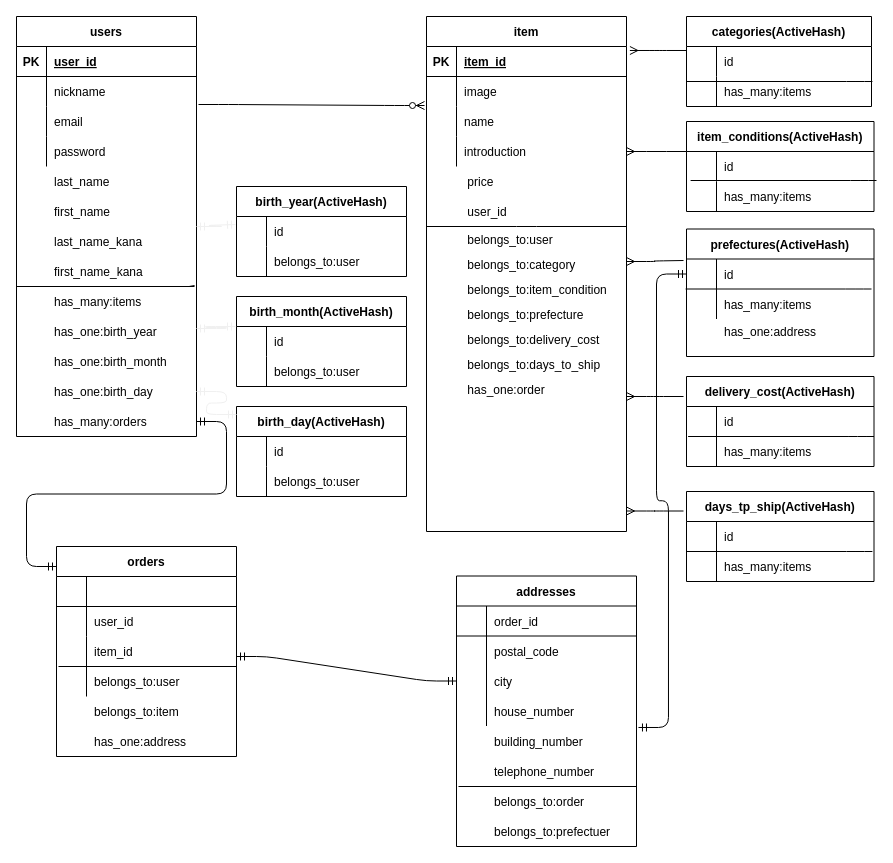
nekosyougun/furima-35786 keeps this draw.io diagram as ER.dio. Above is the earlier version. Source tidied: cells renumbered, new cells numbered last; positions are measured from the earlier drawing's top-left corner, leaving out a move shared by most shapes. Both pictures are drawn from the tidied source at 100%, with x=0, y=0 at pixel (16, 16).
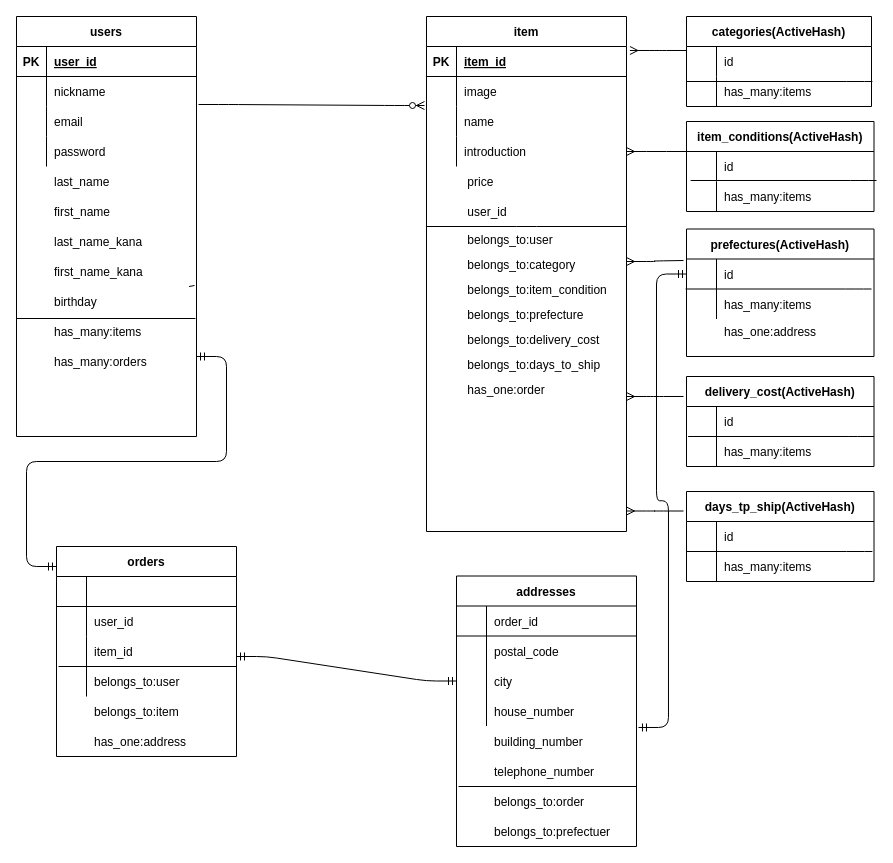
After the change.

Commit message (it also covers changes not shown here):
ER図・README訂正

Unchanged cells that the change refers to:
```xml
<mxCell id="79" style="shape=partialRectangle;fillColor=none;top=0;left=0;bottom=0;right=0;points=[[0,0.5],[1,0.5]];portConstraint=eastwest;" parent="1" vertex="1">
  <mxGeometry y="270" width="180" height="30" as="geometry" />
</mxCell>
```

Change to the diagram source:
```diff
@@
-    <mxCell id="57" value="birth_year(ActiveHash)" style="shape=table;startSize=30;childLayout=tableLayout;rowLines=0;fontStyle=1;align=center;" parent="1" vertex="1">
-      <mxGeometry x="220" y="170" width="170" height="90" as="geometry" />
-    </mxCell>
-    <mxCell id="58" style="shape=partialRectangle;fillColor=none;top=0;left=0;bottom=0;right=0;points=[[0,0.5],[1,0.5]];portConstraint=eastwest;" parent="57" vertex="1">
-      <mxGeometry y="30" width="170" height="30" as="geometry" />
-    </mxCell>
-    <mxCell id="59" style="shape=partialRectangle;fillColor=none;top=0;left=0;bottom=0;right=0;overflow=hidden;" parent="58" vertex="1">
-      <mxGeometry width="30" height="30" as="geometry" />
-    </mxCell>
-    <mxCell id="60" value="id" style="shape=partialRectangle;fillColor=none;top=0;left=0;bottom=0;right=0;align=left;spacingLeft=6;overflow=hidden;" parent="58" vertex="1">
-      <mxGeometry x="30" width="140" height="30" as="geometry" />
-    </mxCell>
-    <mxCell id="61" style="shape=partialRectangle;fillColor=none;top=0;left=0;bottom=0;right=0;" parent="57" vertex="1">
-      <mxGeometry y="60" width="170" height="30" as="geometry" />
-    </mxCell>
-    <mxCell id="62" style="shape=partialRectangle;fillColor=none;top=0;left=0;bottom=0;right=0;overflow=hidden;" parent="61" vertex="1">
-      <mxGeometry width="30" height="30" as="geometry" />
-    </mxCell>
-    <mxCell id="63" value="belongs_to:user" style="shape=partialRectangle;fillColor=none;top=0;left=0;bottom=0;right=0;align=left;spacingLeft=6;overflow=hidden;" parent="61" vertex="1">
-      <mxGeometry x="30" width="140" height="30" as="geometry" />
-    </mxCell>
-    <mxCell id="64" value="birth_month(ActiveHash)" style="shape=table;startSize=30;childLayout=tableLayout;rowLines=0;fontStyle=1;align=center;" parent="1" vertex="1">
-      <mxGeometry x="220" y="280" width="170" height="90" as="geometry" />
-    </mxCell>
-    <mxCell id="65" style="shape=partialRectangle;fillColor=none;top=0;left=0;bottom=0;right=0;" parent="64" vertex="1">
-      <mxGeometry y="30" width="170" height="30" as="geometry" />
-    </mxCell>
-    <mxCell id="66" style="shape=partialRectangle;fillColor=none;top=0;left=0;bottom=0;right=0;overflow=hidden;" parent="65" vertex="1">
-      <mxGeometry width="30" height="30" as="geometry" />
-    </mxCell>
-    <mxCell id="67" value="id" style="shape=partialRectangle;fillColor=none;top=0;left=0;bottom=0;right=0;align=left;spacingLeft=6;overflow=hidden;" parent="65" vertex="1">
-      <mxGeometry x="30" width="140" height="30" as="geometry" />
-    </mxCell>
-    <mxCell id="68" style="shape=partialRectangle;fillColor=none;top=0;left=0;bottom=0;right=0;" parent="64" vertex="1">
-      <mxGeometry y="60" width="170" height="30" as="geometry" />
-    </mxCell>
-    <mxCell id="69" style="shape=partialRectangle;fillColor=none;top=0;left=0;bottom=0;right=0;overflow=hidden;" parent="68" vertex="1">
-      <mxGeometry width="30" height="30" as="geometry" />
-    </mxCell>
-    <mxCell id="70" value="belongs_to:user" style="shape=partialRectangle;fillColor=none;top=0;left=0;bottom=0;right=0;align=left;spacingLeft=6;overflow=hidden;" parent="68" vertex="1">
-      <mxGeometry x="30" width="140" height="30" as="geometry" />
-    </mxCell>
-    <mxCell id="71" value="birth_day(ActiveHash)" style="shape=table;startSize=30;childLayout=tableLayout;rowLines=0;fontStyle=1;align=center;" parent="1" vertex="1">
-      <mxGeometry x="220" y="390" width="170" height="90" as="geometry" />
-    </mxCell>
-    <mxCell id="72" style="shape=partialRectangle;fillColor=none;top=0;left=0;bottom=0;right=0;" parent="71" vertex="1">
-      <mxGeometry y="30" width="170" height="30" as="geometry" />
-    </mxCell>
-    <mxCell id="73" style="shape=partialRectangle;fillColor=none;top=0;left=0;bottom=0;right=0;overflow=hidden;" parent="72" vertex="1">
-      <mxGeometry width="30" height="30" as="geometry" />
-    </mxCell>
-    <mxCell id="74" value="id" style="shape=partialRectangle;fillColor=none;top=0;left=0;bottom=0;right=0;align=left;spacingLeft=6;overflow=hidden;" parent="72" vertex="1">
-      <mxGeometry x="30" width="140" height="30" as="geometry" />
-    </mxCell>
-    <mxCell id="75" style="shape=partialRectangle;fillColor=none;top=0;left=0;bottom=0;right=0;" parent="71" vertex="1">
-      <mxGeometry y="60" width="170" height="30" as="geometry" />
-    </mxCell>
-    <mxCell id="76" style="shape=partialRectangle;fillColor=none;top=0;left=0;bottom=0;right=0;overflow=hidden;" parent="75" vertex="1">
-      <mxGeometry width="30" height="30" as="geometry" />
-    </mxCell>
-    <mxCell id="77" value="belongs_to:user" style="shape=partialRectangle;fillColor=none;top=0;left=0;bottom=0;right=0;align=left;spacingLeft=6;overflow=hidden;" parent="75" vertex="1">
-      <mxGeometry x="30" width="140" height="30" as="geometry" />
-    </mxCell>
@@
-    <mxCell id="80" style="shape=partialRectangle;fillColor=none;top=0;left=0;bottom=0;right=0;overflow=hidden;" parent="79" vertex="1">
-      <mxGeometry width="15.9" height="30" as="geometry" />
-    </mxCell>
-    <mxCell id="81" value="has_many:items" style="shape=partialRectangle;fillColor=none;top=0;left=0;bottom=0;right=0;align=left;spacingLeft=6;overflow=hidden;" parent="79" vertex="1">
-      <mxGeometry x="30" width="150" height="30" as="geometry" />
-    </mxCell>
-    <mxCell id="82" style="endArrow=none;html=1;entryX=0.989;entryY=0;entryDx=0;entryDy=0;entryPerimeter=0;" parent="1" edge="1" target="79">
+    <mxCell id="82" style="endArrow=none;html=1;entryX=0.994;entryY=1.067;entryDx=0;entryDy=0;entryPerimeter=0;" parent="1" edge="1" target="79">
       <mxGeometry relative="1" as="geometry">
-        <mxPoint y="270" as="sourcePoint" />
+        <mxPoint y="302" as="sourcePoint" />
       </mxGeometry>
     </mxCell>
-    <mxCell id="83" style="shape=partialRectangle;fillColor=none;top=0;left=0;bottom=0;right=0;" parent="1" vertex="1">
-      <mxGeometry y="300" width="180" height="30" as="geometry" />
-    </mxCell>
-    <mxCell id="84" style="shape=partialRectangle;fillColor=none;top=0;left=0;bottom=0;right=0;overflow=hidden;" parent="83" vertex="1">
-      <mxGeometry width="15.9" height="30" as="geometry" />
-    </mxCell>
-    <mxCell id="85" value="has_one:birth_year" style="shape=partialRectangle;fillColor=none;top=0;left=0;bottom=0;right=0;align=left;spacingLeft=6;overflow=hidden;" parent="83" vertex="1">
-      <mxGeometry x="30" width="150" height="30" as="geometry" />
-    </mxCell>
-    <mxCell id="86" style="shape=partialRectangle;fillColor=none;top=0;left=0;bottom=0;right=0;" parent="1" vertex="1">
-      <mxGeometry y="330" width="180" height="30" as="geometry" />
-    </mxCell>
-    <mxCell id="87" style="shape=partialRectangle;fillColor=none;top=0;left=0;bottom=0;right=0;overflow=hidden;" parent="86" vertex="1">
-      <mxGeometry width="15.9" height="30" as="geometry" />
-    </mxCell>
-    <mxCell id="88" value="has_one:birth_month" style="shape=partialRectangle;fillColor=none;top=0;left=0;bottom=0;right=0;align=left;spacingLeft=6;overflow=hidden;" parent="86" vertex="1">
-      <mxGeometry x="30" width="150" height="30" as="geometry" />
-    </mxCell>
-    <mxCell id="89" style="shape=partialRectangle;fillColor=none;top=0;left=0;bottom=0;right=0;points=[[0,0.5],[1,0.5]];portConstraint=eastwest;" parent="1" vertex="1">
-      <mxGeometry y="360" width="180" height="30" as="geometry" />
-    </mxCell>
-    <mxCell id="90" style="shape=partialRectangle;fillColor=none;top=0;left=0;bottom=0;right=0;overflow=hidden;" parent="89" vertex="1">
-      <mxGeometry width="15.9" height="30" as="geometry" />
-    </mxCell>
-    <mxCell id="91" value="has_one:birth_day" style="shape=partialRectangle;fillColor=none;top=0;left=0;bottom=0;right=0;align=left;spacingLeft=6;overflow=hidden;" parent="89" vertex="1">
-      <mxGeometry x="30" width="150" height="30" as="geometry" />
-    </mxCell>
-    <mxCell id="92" style="edgeStyle=entityRelationEdgeStyle;fontSize=12;html=1;endArrow=ERmandOne;startArrow=ERmandOne;strokeColor=#f0f0f0;entryX=-0.006;entryY=0.267;entryDx=0;entryDy=0;entryPerimeter=0;" parent="1" edge="1" target="58">
-      <mxGeometry relative="1" as="geometry">
-        <mxPoint x="180" y="210" as="sourcePoint" />
-      </mxGeometry>
-    </mxCell>
-    <mxCell id="93" style="edgeStyle=entityRelationEdgeStyle;fontSize=12;html=1;endArrow=ERmandOne;startArrow=ERmandOne;strokeColor=#f0f0f0;entryX=-0.006;entryY=0.267;entryDx=0;entryDy=0;entryPerimeter=0;" parent="1" edge="1">
-      <mxGeometry relative="1" as="geometry">
-        <mxPoint x="180" y="312" as="sourcePoint" />
-        <mxPoint x="219" y="310" as="targetPoint" />
-      </mxGeometry>
-    </mxCell>
-    <mxCell id="94" style="edgeStyle=entityRelationEdgeStyle;fontSize=12;html=1;endArrow=ERmandOne;startArrow=ERmandOne;strokeColor=#f0f0f0;entryX=-0.006;entryY=0.267;entryDx=0;entryDy=0;entryPerimeter=0;exitX=1;exitY=0.5;exitDx=0;exitDy=0;" parent="1" edge="1" source="89">
-      <mxGeometry relative="1" as="geometry">
-        <mxPoint x="220" y="398" as="targetPoint" />
-      </mxGeometry>
-    </mxCell>
     <mxCell id="95" style="shape=partialRectangle;fillColor=none;top=0;left=0;bottom=0;right=0;points=[[0,0.5],[1,0.5]];portConstraint=eastwest;" parent="1" vertex="1">
-      <mxGeometry y="390" width="180" height="30" as="geometry" />
+      <mxGeometry y="330" width="180" height="30" as="geometry" />
     </mxCell>
@@
-    <mxCell id="118" style="edgeStyle=entityRelationEdgeStyle;fontSize=12;html=1;endArrow=ERmandOne;startArrow=ERmandOne;" parent="1" edge="1" source="95">
+    <mxCell id="118" style="edgeStyle=entityRelationEdgeStyle;fontSize=12;html=1;endArrow=ERmandOne;startArrow=ERmandOne;" parent="1" edge="1">
       <mxGeometry relative="1" as="geometry">
+        <mxPoint x="180" y="340" as="sourcePoint" />
         <mxPoint x="40" y="550" as="targetPoint" />
       </mxGeometry>
     </mxCell>
@@
+    <mxCell id="80" style="shape=partialRectangle;fillColor=none;top=0;left=0;bottom=0;right=0;overflow=hidden;" parent="1" vertex="1">
+      <mxGeometry y="270" width="15.9" height="30" as="geometry" />
+    </mxCell>
+    <mxCell id="81" value="has_many:items" style="shape=partialRectangle;fillColor=none;top=0;left=0;bottom=0;right=0;align=left;spacingLeft=6;overflow=hidden;" parent="1" vertex="1">
+      <mxGeometry x="30" y="300" width="150" height="30" as="geometry" />
+    </mxCell>
+    <mxCell id="212" style="shape=partialRectangle;fillColor=none;top=0;left=0;bottom=0;right=0;" parent="1" vertex="1">
+      <mxGeometry y="270" width="180" height="30" as="geometry" />
+    </mxCell>
+    <mxCell id="213" style="shape=partialRectangle;fillColor=none;top=0;left=0;bottom=0;right=0;overflow=hidden;" parent="212" vertex="1">
+      <mxGeometry width="15.9" height="30" as="geometry" />
+    </mxCell>
+    <mxCell id="214" value="birthday" style="shape=partialRectangle;fillColor=none;top=0;left=0;bottom=0;right=0;align=left;spacingLeft=6;overflow=hidden;" parent="212" vertex="1">
+      <mxGeometry x="30" width="150" height="30" as="geometry" />
+    </mxCell>
```
